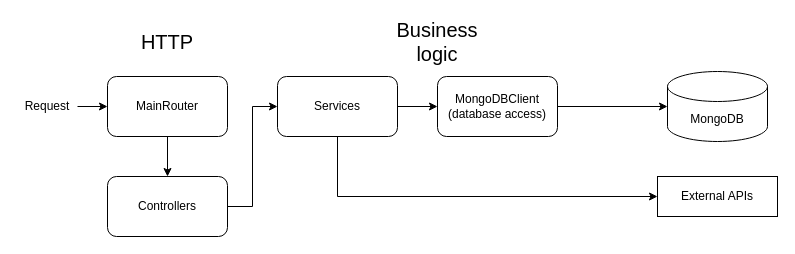
This is page "Overview" (1 of 2) of design/flowchart/GatherPoint-SystemDesign.drawio from reanimation47/HUST-GatherPoint-Server, a draw.io file, before an edit. Source tidied: cells renumbered, new cells numbered last; positions are measured from the earlier drawing's top-left corner, leaving out a move shared by most shapes. Both pictures are drawn from the tidied source at 100%, with x=0, y=0 at pixel (17, 26).
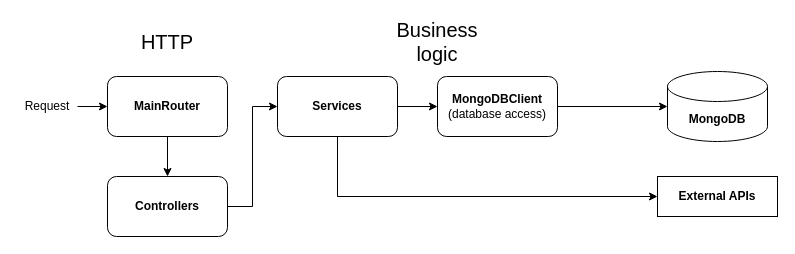
The same page after the edit.

Change to the diagram source:
```diff
@@
 <mxGraphModel>
   <root>
     <mxCell id="0" />
     <mxCell id="1" parent="0" />
     <mxCell id="2" style="edgeStyle=orthogonalEdgeStyle;rounded=0;jettySize=auto;html=1;" parent="1" edge="1" source="3" target="5">
       <mxGeometry relative="1" as="geometry" />
     </mxCell>
-    <mxCell id="3" value="MainRouter" style="rounded=1;whiteSpace=wrap;html=1;" parent="1" vertex="1">
+    <mxCell id="3" value="&lt;b&gt;MainRouter&lt;/b&gt;" style="rounded=1;whiteSpace=wrap;html=1;" parent="1" vertex="1">
       <mxGeometry x="90" y="50" width="120" height="60" as="geometry" />
     </mxCell>
     <mxCell id="4" style="edgeStyle=orthogonalEdgeStyle;rounded=0;jettySize=auto;html=1;entryX=0;entryY=0.5;entryDx=0;entryDy=0;" parent="1" edge="1" source="5" target="11">
       <mxGeometry relative="1" as="geometry" />
     </mxCell>
-    <mxCell id="5" value="Controllers" style="rounded=1;whiteSpace=wrap;html=1;" parent="1" vertex="1">
+    <mxCell id="5" value="&lt;b&gt;Controllers&lt;/b&gt;" style="rounded=1;whiteSpace=wrap;html=1;" parent="1" vertex="1">
       <mxGeometry x="90" y="150" width="120" height="60" as="geometry" />
     </mxCell>
     <mxCell id="6" value="&lt;font style=&quot;font-size: 20px;&quot;&gt;HTTP&lt;/font&gt;" style="text;html=1;align=center;verticalAlign=middle;whiteSpace=wrap;rounded=0;" parent="1" vertex="1">
       <mxGeometry x="120" width="60" height="30" as="geometry" />
     </mxCell>
     <mxCell id="7" style="edgeStyle=orthogonalEdgeStyle;rounded=0;jettySize=auto;html=1;" parent="1" edge="1" source="8" target="3">
       <mxGeometry relative="1" as="geometry" />
     </mxCell>
     <mxCell id="8" value="Request" style="text;html=1;align=center;verticalAlign=middle;whiteSpace=wrap;rounded=0;" parent="1" vertex="1">
       <mxGeometry y="65" width="60" height="30" as="geometry" />
     </mxCell>
     <mxCell id="9" style="edgeStyle=orthogonalEdgeStyle;rounded=0;jettySize=auto;html=1;" parent="1" edge="1" source="11" target="13">
       <mxGeometry relative="1" as="geometry" />
     </mxCell>
     <mxCell id="10" style="edgeStyle=orthogonalEdgeStyle;rounded=0;jettySize=auto;html=1;entryX=0;entryY=0.5;entryDx=0;entryDy=0;" parent="1" edge="1" source="11" target="15">
       <mxGeometry relative="1" as="geometry">
         <Array as="points">
           <mxPoint x="320" y="170" />
         </Array>
       </mxGeometry>
     </mxCell>
-    <mxCell id="11" value="Services" style="rounded=1;whiteSpace=wrap;html=1;" parent="1" vertex="1">
+    <mxCell id="11" value="&lt;b&gt;Services&lt;/b&gt;" style="rounded=1;whiteSpace=wrap;html=1;" parent="1" vertex="1">
       <mxGeometry x="260" y="50" width="120" height="60" as="geometry" />
     </mxCell>
     <mxCell id="12" style="edgeStyle=orthogonalEdgeStyle;rounded=0;jettySize=auto;html=1;" parent="1" edge="1" source="13" target="14">
       <mxGeometry relative="1" as="geometry" />
     </mxCell>
-    <mxCell id="13" value="MongoDBClient&lt;br&gt;(database access)" style="rounded=1;whiteSpace=wrap;html=1;" parent="1" vertex="1">
+    <mxCell id="13" value="&lt;b&gt;MongoDBClient&lt;/b&gt;&lt;br&gt;(database access)" style="rounded=1;whiteSpace=wrap;html=1;" parent="1" vertex="1">
       <mxGeometry x="420" y="50" width="120" height="60" as="geometry" />
     </mxCell>
-    <mxCell id="14" value="MongoDB" style="shape=cylinder3;whiteSpace=wrap;html=1;boundedLbl=1;backgroundOutline=1;size=15;" parent="1" vertex="1">
+    <mxCell id="14" value="&lt;b&gt;MongoDB&lt;/b&gt;" style="shape=cylinder3;whiteSpace=wrap;html=1;boundedLbl=1;backgroundOutline=1;size=15;" parent="1" vertex="1">
       <mxGeometry x="650" y="45" width="100" height="70" as="geometry" />
     </mxCell>
-    <mxCell id="15" value="External APIs" style="rounded=0;whiteSpace=wrap;html=1;" parent="1" vertex="1">
+    <mxCell id="15" value="&lt;b&gt;External APIs&lt;/b&gt;" style="rounded=0;whiteSpace=wrap;html=1;" parent="1" vertex="1">
       <mxGeometry x="640" y="150" width="120" height="40" as="geometry" />
     </mxCell>
     <mxCell id="16" value="&lt;font style=&quot;font-size: 20px;&quot;&gt;Business logic&lt;/font&gt;" style="text;html=1;align=center;verticalAlign=middle;whiteSpace=wrap;rounded=0;" parent="1" vertex="1">
       <mxGeometry x="390" width="60" height="30" as="geometry" />
     </mxCell>
   </root>
 </mxGraphModel>
```
